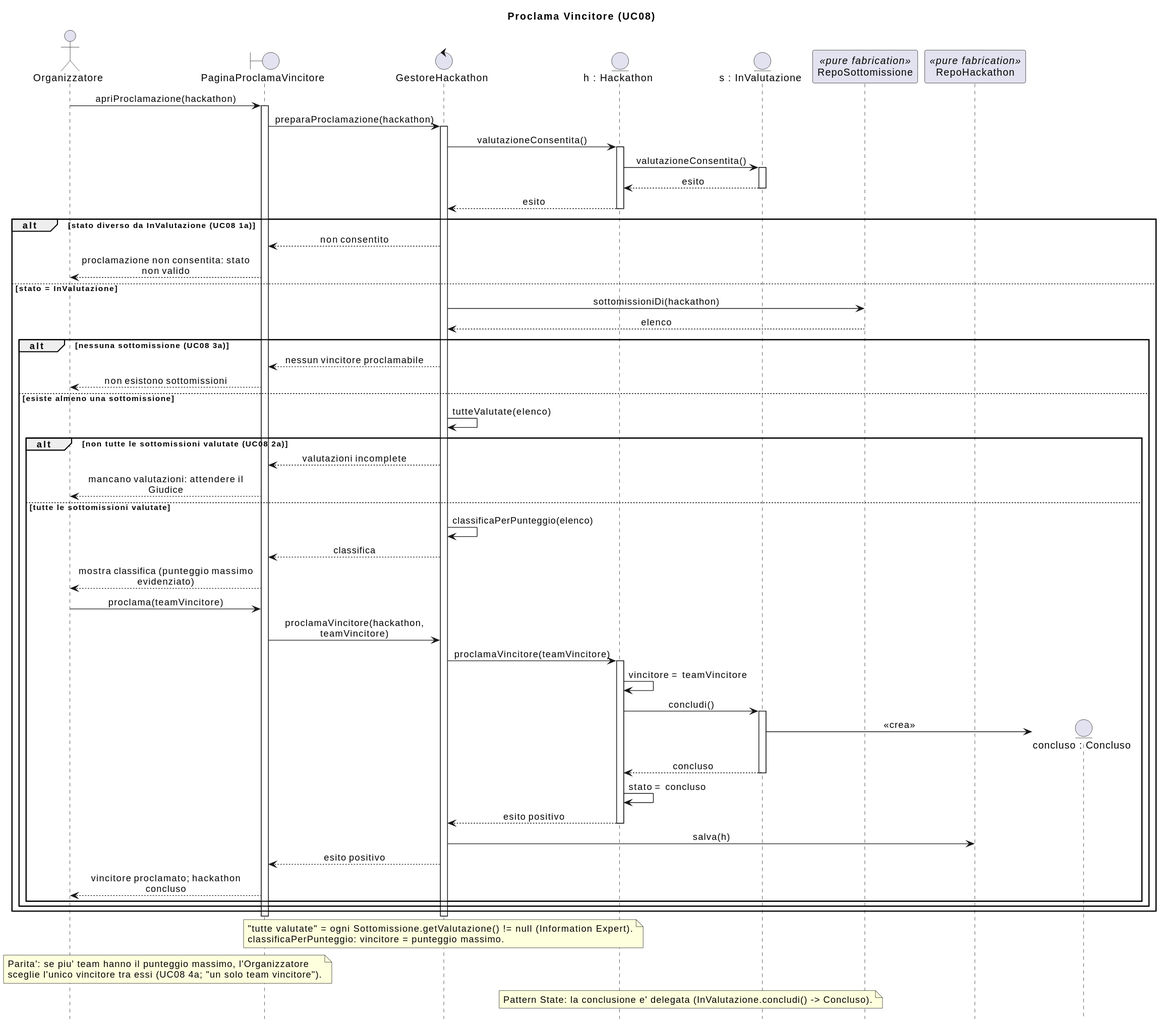
This is iterazione2/diagrammiSequenza/proclamaVincitore/SEQ_ProclamaVincitore.svg from rizzutomatteo/HackHub-Appoggio, a PlantUML export, as it was before one commit.
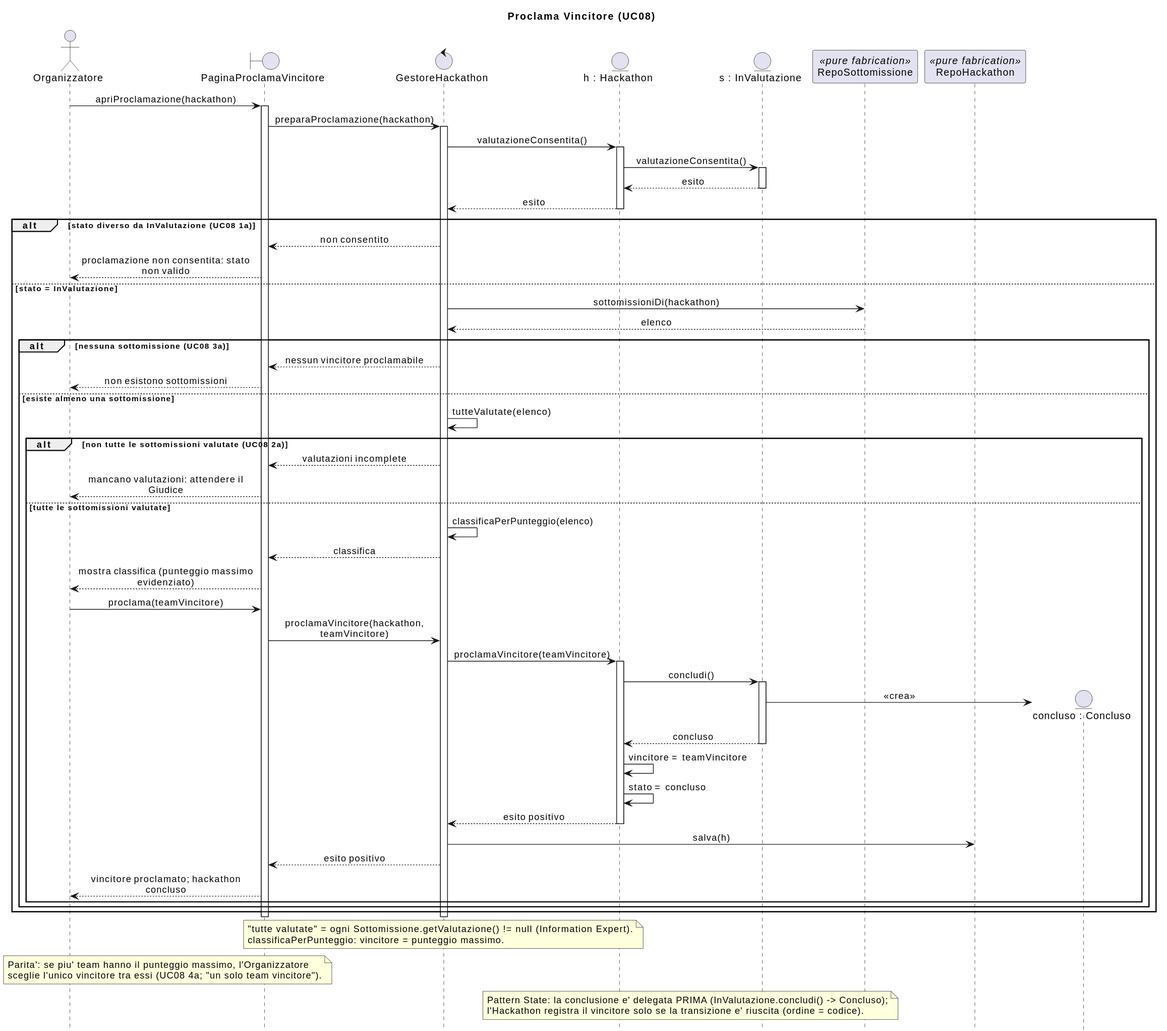
The same file after the commit.

Change to the diagram source:
```diff
@@ -49,13 +49,13 @@
             B -> GH : proclamaVincitore(hackathon, teamVincitore)
             GH -> H : proclamaVincitore(teamVincitore)
             activate H
-            H -> H : vincitore = teamVincitore
             H -> S : concludi()
             activate S
             create entity "concluso : Concluso" as S2
             S -> S2 : <<crea>>
             S --> H : concluso
             deactivate S
+            H -> H : vincitore = teamVincitore
             H -> H : stato = concluso
             H --> GH : esito positivo
             deactivate H
@@ -77,6 +77,7 @@
   sceglie l'unico vincitore tra essi (UC08 4a; "un solo team vincitore").
 end note
 note over H, S
-  Pattern State: la conclusione e' delegata (InValutazione.concludi() -> Concluso).
+  Pattern State: la conclusione e' delegata PRIMA (InValutazione.concludi() -> Concluso);
+  l'Hackathon registra il vincitore solo se la transizione e' riuscita (ordine = codice).
 end note
 @enduml
```
